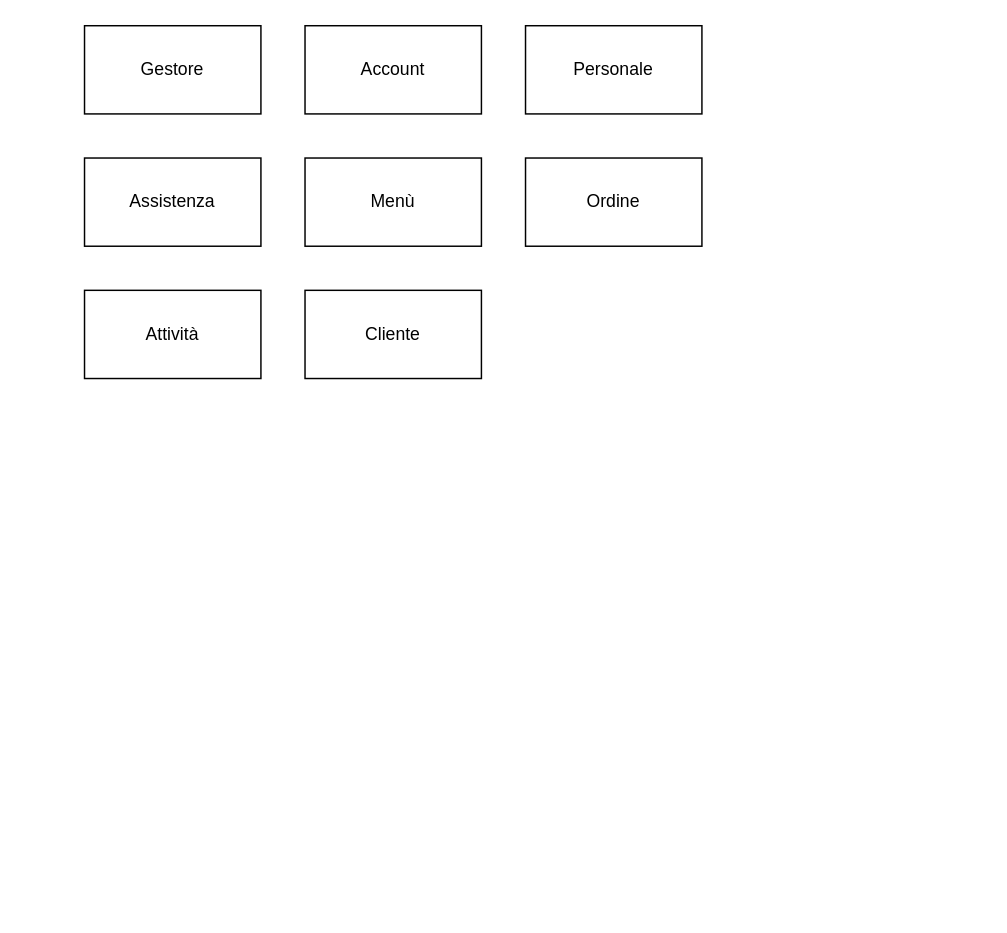
Marco-Burattoni/Progetto-ids keeps this draw.io diagram as Classi.drawio. Above is the earlier version. Source tidied: cells renumbered, new cells numbered last; positions are measured from the earlier drawing's top-left corner, leaving out a move shared by most shapes. Both pictures are drawn from the tidied source at 147%, with x=0, y=0 at pixel (84, 25).
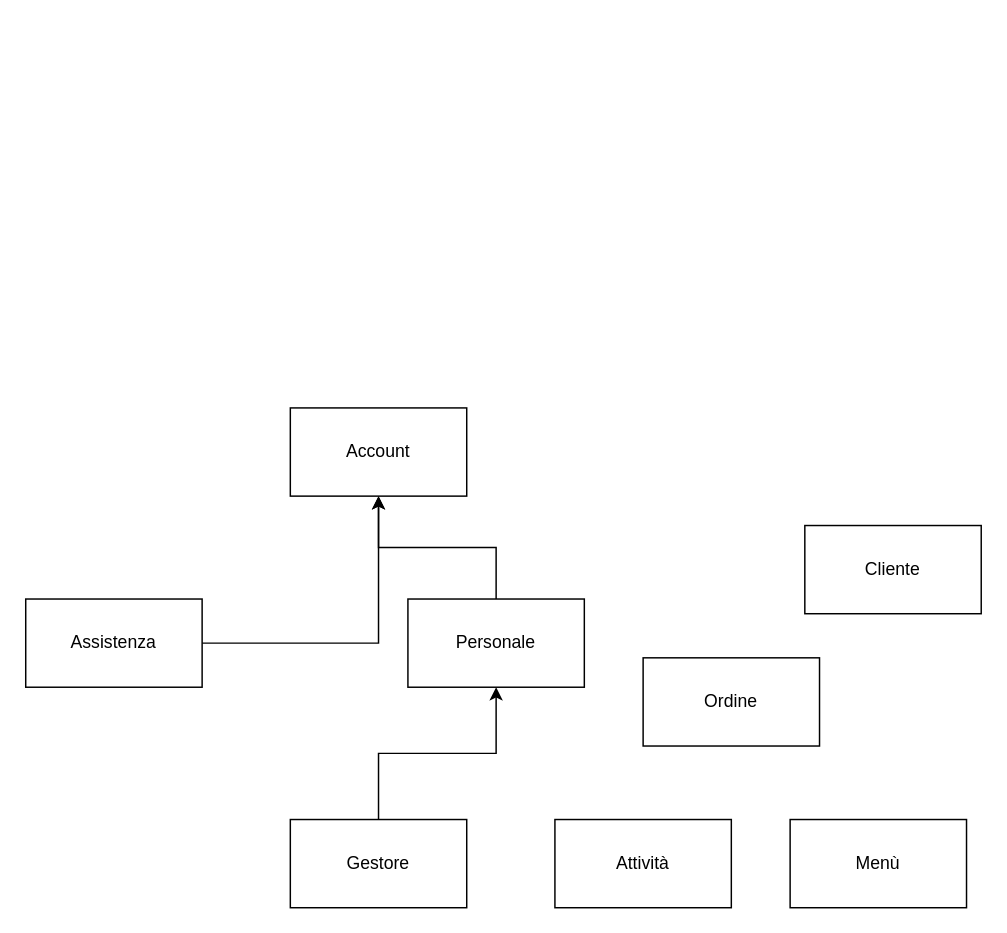
The same diagram, later.

Commit message (it also covers changes not shown here):
update diagrammi UML

The edit, as a diff of the source:
```diff
@@
 <mxGraphModel>
   <root>
     <mxCell id="0" />
     <mxCell id="1" parent="0" />
+    <mxCell id="10" style="edgeStyle=orthogonalEdgeStyle;rounded=0;jettySize=auto;html=1;" parent="1" edge="1" source="2" target="4">
+      <mxGeometry relative="1" as="geometry" />
+    </mxCell>
     <mxCell id="2" value="Gestore" style="rounded=0;whiteSpace=wrap;html=1;" parent="1" vertex="1">
-      <mxGeometry width="120" height="60" as="geometry" />
+      <mxGeometry x="140" y="540" width="120" height="60" as="geometry" />
     </mxCell>
     <mxCell id="3" value="Account" style="rounded=0;whiteSpace=wrap;html=1;" parent="1" vertex="1">
-      <mxGeometry x="150" width="120" height="60" as="geometry" />
+      <mxGeometry x="140" y="260" width="120" height="60" as="geometry" />
     </mxCell>
+    <mxCell id="11" style="edgeStyle=orthogonalEdgeStyle;rounded=0;jettySize=auto;html=1;" parent="1" edge="1" source="4" target="3">
+      <mxGeometry relative="1" as="geometry" />
+    </mxCell>
     <mxCell id="4" value="Personale" style="rounded=0;whiteSpace=wrap;html=1;" parent="1" vertex="1">
-      <mxGeometry x="300" width="120" height="60" as="geometry" />
+      <mxGeometry x="220" y="390" width="120" height="60" as="geometry" />
     </mxCell>
+    <mxCell id="12" style="edgeStyle=orthogonalEdgeStyle;rounded=0;jettySize=auto;html=1;" parent="1" edge="1" source="5" target="3">
+      <mxGeometry relative="1" as="geometry" />
+    </mxCell>
     <mxCell id="5" value="Assistenza" style="rounded=0;whiteSpace=wrap;html=1;" parent="1" vertex="1">
-      <mxGeometry y="90" width="120" height="60" as="geometry" />
+      <mxGeometry x="-40" y="390" width="120" height="60" as="geometry" />
     </mxCell>
     <mxCell id="6" value="Menù" style="rounded=0;whiteSpace=wrap;html=1;" parent="1" vertex="1">
-      <mxGeometry x="150" y="90" width="120" height="60" as="geometry" />
+      <mxGeometry x="480" y="540" width="120" height="60" as="geometry" />
     </mxCell>
     <mxCell id="7" value="Ordine" style="rounded=0;whiteSpace=wrap;html=1;" parent="1" vertex="1">
-      <mxGeometry x="300" y="90" width="120" height="60" as="geometry" />
+      <mxGeometry x="380" y="430" width="120" height="60" as="geometry" />
     </mxCell>
     <mxCell id="8" value="Attività" style="rounded=0;whiteSpace=wrap;html=1;" parent="1" vertex="1">
-      <mxGeometry y="180" width="120" height="60" as="geometry" />
+      <mxGeometry x="320" y="540" width="120" height="60" as="geometry" />
     </mxCell>
     <mxCell id="9" value="Cliente" style="rounded=0;whiteSpace=wrap;html=1;" parent="1" vertex="1">
-      <mxGeometry x="150" y="180" width="120" height="60" as="geometry" />
+      <mxGeometry x="490" y="340" width="120" height="60" as="geometry" />
     </mxCell>
   </root>
 </mxGraphModel>
```
